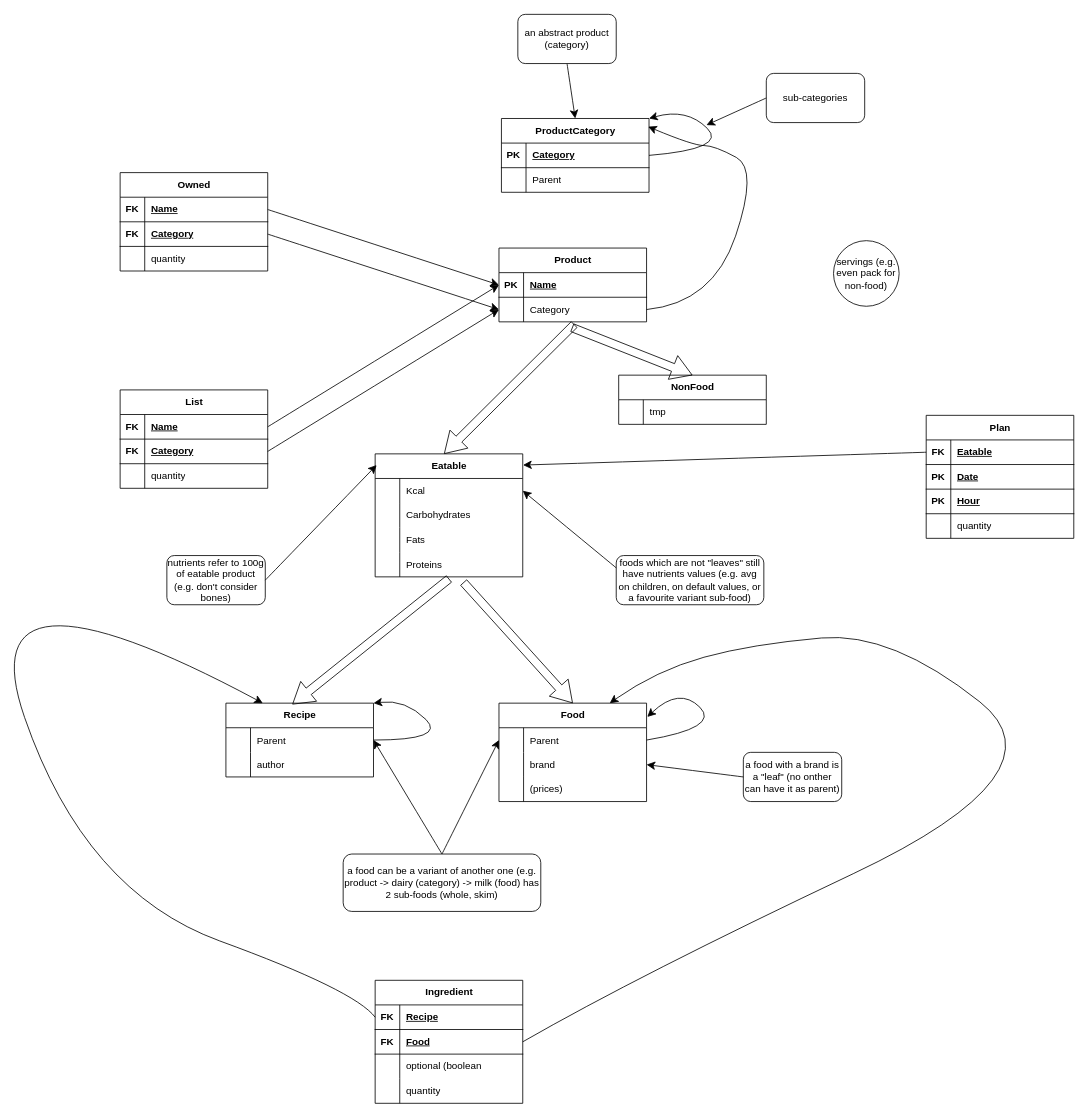
papum20/unibo__projects__mobile-apps keeps this draw.io diagram as doc/db.drawio. Above is the earlier version. Source tidied: cells renumbered, new cells numbered last; positions are measured from the earlier drawing's top-left corner, leaving out a move shared by most shapes. Both pictures are drawn from the tidied source at 82%, with x=0, y=0 at pixel (-36, 14).
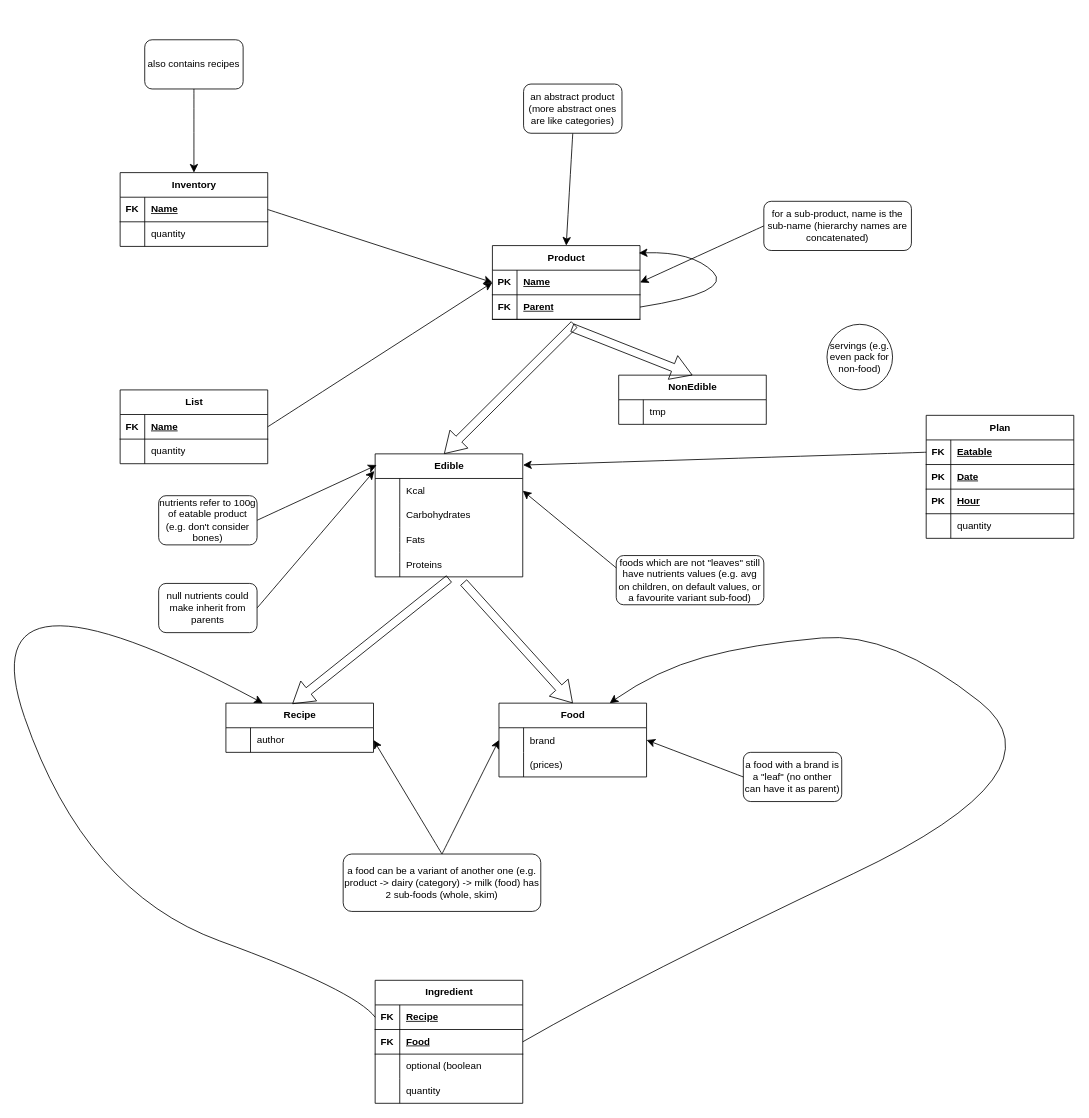
After the change.

The change refers to these unchanged cells:
```xml
<mxCell id="29" style="shape=tableRow;horizontal=0;startSize=0;swimlaneHead=0;swimlaneBody=0;fillColor=none;points=[[0,0.5],[1,0.5]];portConstraint=eastwest;top=0;left=0;right=0;bottom=1;" parent="28" vertex="1">
  <mxGeometry y="30" width="180" height="30" as="geometry" />
</mxCell>
```

Diff of the diagram source:
```diff
@@
-    <mxCell id="2" value="ProductCategory" style="shape=table;startSize=30;childLayout=tableLayout;rowLines=0;fontStyle=1;align=center;html=1;" parent="1" vertex="1">
-      <mxGeometry x="655" y="127" width="180" height="90" as="geometry" />
-    </mxCell>
-    <mxCell id="3" style="shape=tableRow;horizontal=0;startSize=0;swimlaneHead=0;swimlaneBody=0;fillColor=none;points=[[0,0.5],[1,0.5]];portConstraint=eastwest;top=0;left=0;right=0;bottom=1;" parent="2" vertex="1">
-      <mxGeometry y="30" width="180" height="30" as="geometry" />
-    </mxCell>
-    <mxCell id="4" value="PK" style="shape=partialRectangle;fillColor=none;top=0;left=0;bottom=0;right=0;fontStyle=1;overflow=hidden;whiteSpace=wrap;html=1;" parent="3" vertex="1">
-      <mxGeometry width="30" height="30" as="geometry" />
-    </mxCell>
-    <mxCell id="5" value="Category" style="shape=partialRectangle;fillColor=none;top=0;left=0;bottom=0;right=0;align=left;spacingLeft=6;fontStyle=5;overflow=hidden;whiteSpace=wrap;html=1;" parent="3" vertex="1">
-      <mxGeometry x="30" width="150" height="30" as="geometry" />
-    </mxCell>
-    <mxCell id="6" style="shape=tableRow;horizontal=0;startSize=0;swimlaneHead=0;swimlaneBody=0;fillColor=none;top=0;left=0;right=0;bottom=0;" parent="2" vertex="1">
-      <mxGeometry y="60" width="180" height="30" as="geometry" />
-    </mxCell>
-    <mxCell id="7" style="shape=partialRectangle;fillColor=none;top=0;left=0;bottom=0;right=0;overflow=hidden;whiteSpace=wrap;html=1;" parent="6" vertex="1">
-      <mxGeometry width="30" height="30" as="geometry" />
-    </mxCell>
-    <mxCell id="8" value="Parent" style="shape=partialRectangle;fillColor=none;top=0;left=0;bottom=0;right=0;align=left;spacingLeft=6;overflow=hidden;whiteSpace=wrap;html=1;" parent="6" vertex="1">
-      <mxGeometry x="30" width="150" height="30" as="geometry" />
-    </mxCell>
-    <mxCell id="9" style="curved=1;endArrow=classic;html=1;rounded=0;fontSize=12;startSize=8;endSize=8;entryX=1;entryY=0;entryDx=0;entryDy=0;exitX=1;exitY=0.5;exitDx=0;exitDy=0;" parent="2" edge="1" source="3" target="2">
-      <mxGeometry relative="1" as="geometry">
-        <Array as="points">
-          <mxPoint x="276" y="37" />
-          <mxPoint x="226" y="-13" />
-        </Array>
-      </mxGeometry>
-    </mxCell>
-    <mxCell id="10" style="edgeStyle=none;curved=1;rounded=0;jettySize=auto;html=1;entryX=0.5;entryY=0;entryDx=0;entryDy=0;fontSize=12;startSize=8;endSize=8;exitX=0.5;exitY=1;exitDx=0;exitDy=0;" parent="1" edge="1" source="72" target="2">
+    <mxCell id="10" style="edgeStyle=none;curved=1;rounded=0;jettySize=auto;html=1;fontSize=12;startSize=8;endSize=8;exitX=0.5;exitY=1;exitDx=0;exitDy=0;entryX=0.5;entryY=0;entryDx=0;entryDy=0;" parent="1" edge="1" source="72" target="28">
       <mxGeometry relative="1" as="geometry" />
     </mxCell>
-    <mxCell id="11" value="Eatable" style="shape=table;startSize=30;childLayout=tableLayout;rowLines=0;fontStyle=1;align=center;html=1;" parent="1" vertex="1">
+    <mxCell id="11" value="Edible" style="shape=table;startSize=30;childLayout=tableLayout;rowLines=0;fontStyle=1;align=center;html=1;" parent="1" vertex="1">
       <mxGeometry x="501" y="536" width="180" height="150" as="geometry" />
     </mxCell>
@@
-    <mxCell id="24" value="NonFood" style="shape=table;startSize=30;childLayout=tableLayout;rowLines=0;fontStyle=1;align=center;html=1;" parent="1" vertex="1">
+    <mxCell id="24" value="NonEdible" style="shape=table;startSize=30;childLayout=tableLayout;rowLines=0;fontStyle=1;align=center;html=1;" parent="1" vertex="1">
       <mxGeometry x="798" y="440" width="180" height="60" as="geometry" />
     </mxCell>
@@
     <mxCell id="28" value="Product" style="shape=table;startSize=30;childLayout=tableLayout;rowLines=0;fontStyle=1;align=center;html=1;" parent="1" vertex="1">
-      <mxGeometry x="652" y="285" width="180" height="90" as="geometry" />
+      <mxGeometry x="644" y="282" width="180" height="90" as="geometry" />
     </mxCell>
@@
-    <mxCell id="32" style="shape=tableRow;horizontal=0;startSize=0;swimlaneHead=0;swimlaneBody=0;fillColor=none;top=0;left=0;right=0;bottom=0;" parent="28" vertex="1">
-      <mxGeometry y="60" width="180" height="30" as="geometry" />
-    </mxCell>
-    <mxCell id="33" style="shape=partialRectangle;fillColor=none;top=0;left=0;bottom=0;right=0;overflow=hidden;" parent="32" vertex="1">
-      <mxGeometry width="30" height="30" as="geometry" />
-    </mxCell>
-    <mxCell id="34" value="Category" style="shape=partialRectangle;fillColor=none;top=0;left=0;bottom=0;right=0;align=left;spacingLeft=6;overflow=hidden;" parent="32" vertex="1">
-      <mxGeometry x="30" width="150" height="30" as="geometry" />
-    </mxCell>
-    <mxCell id="35" style="curved=1;endArrow=classic;html=1;rounded=0;fontSize=12;startSize=8;endSize=8;exitX=1;exitY=0.5;exitDx=0;exitDy=0;entryX=0.994;entryY=0.111;entryDx=0;entryDy=0;entryPerimeter=0;" parent="1" edge="1" target="2">
-      <mxGeometry relative="1" as="geometry">
-        <mxPoint x="832" y="360" as="sourcePoint" />
-        <Array as="points">
-          <mxPoint x="913" y="352" />
-          <mxPoint x="968" y="189" />
-          <mxPoint x="915" y="160" />
-          <mxPoint x="889" y="160" />
-        </Array>
-      </mxGeometry>
-    </mxCell>
+    <mxCell id="125" style="shape=tableRow;horizontal=0;startSize=0;swimlaneHead=0;swimlaneBody=0;fillColor=none;points=[[0,0.5],[1,0.5]];portConstraint=eastwest;top=0;left=0;right=0;bottom=1;" parent="28" vertex="1">
+      <mxGeometry y="60" width="180" height="30" as="geometry" />
+    </mxCell>
+    <mxCell id="126" value="FK" style="shape=partialRectangle;fillColor=none;top=0;left=0;bottom=0;right=0;fontStyle=1;overflow=hidden;whiteSpace=wrap;html=1;" parent="125" vertex="1">
+      <mxGeometry width="30" height="30" as="geometry" />
+    </mxCell>
+    <mxCell id="127" value="Parent" style="shape=partialRectangle;fillColor=none;top=0;left=0;bottom=0;right=0;align=left;spacingLeft=6;fontStyle=5;overflow=hidden;whiteSpace=wrap;html=1;" parent="125" vertex="1">
+      <mxGeometry x="30" width="150" height="30" as="geometry" />
+    </mxCell>
+    <mxCell id="128" style="curved=1;endArrow=classic;html=1;rounded=0;fontSize=12;startSize=8;endSize=8;exitX=1;exitY=0.5;exitDx=0;exitDy=0;entryX=0.992;entryY=0.1;entryDx=0;entryDy=0;entryPerimeter=0;" parent="28" edge="1" source="125" target="28">
+      <mxGeometry relative="1" as="geometry">
+        <Array as="points">
+          <mxPoint x="294" y="57" />
+          <mxPoint x="244" y="7" />
+        </Array>
+      </mxGeometry>
+    </mxCell>
@@
-    <mxCell id="38" value="Owned" style="shape=table;startSize=30;childLayout=tableLayout;rowLines=0;fontStyle=1;align=center;html=1;" parent="1" vertex="1">
-      <mxGeometry x="190" y="193" width="180" height="120" as="geometry" />
+    <mxCell id="38" value="Inventory" style="shape=table;startSize=30;childLayout=tableLayout;rowLines=0;fontStyle=1;align=center;html=1;" parent="1" vertex="1">
+      <mxGeometry x="190" y="193" width="180" height="90" as="geometry" />
     </mxCell>
@@
-    <mxCell id="42" style="shape=tableRow;horizontal=0;startSize=0;swimlaneHead=0;swimlaneBody=0;fillColor=none;points=[[0,0.5],[1,0.5]];portConstraint=eastwest;top=0;left=0;right=0;bottom=1;" parent="38" vertex="1">
-      <mxGeometry y="60" width="180" height="30" as="geometry" />
-    </mxCell>
-    <mxCell id="43" value="FK" style="shape=partialRectangle;fillColor=none;top=0;left=0;bottom=0;right=0;fontStyle=1;overflow=hidden;whiteSpace=wrap;html=1;" parent="42" vertex="1">
-      <mxGeometry width="30" height="30" as="geometry" />
-    </mxCell>
-    <mxCell id="44" value="Category" style="shape=partialRectangle;fillColor=none;top=0;left=0;bottom=0;right=0;align=left;spacingLeft=6;fontStyle=5;overflow=hidden;whiteSpace=wrap;html=1;" parent="42" vertex="1">
-      <mxGeometry x="30" width="150" height="30" as="geometry" />
-    </mxCell>
     <mxCell id="45" style="shape=tableRow;horizontal=0;startSize=0;swimlaneHead=0;swimlaneBody=0;fillColor=none;top=0;left=0;right=0;bottom=0;" parent="38" vertex="1">
-      <mxGeometry y="90" width="180" height="30" as="geometry" />
+      <mxGeometry y="60" width="180" height="30" as="geometry" />
     </mxCell>
@@
     <mxCell id="48" value="List" style="shape=table;startSize=30;childLayout=tableLayout;rowLines=0;fontStyle=1;align=center;html=1;" parent="1" vertex="1">
-      <mxGeometry x="190" y="458" width="180" height="120" as="geometry" />
+      <mxGeometry x="190" y="458" width="180" height="90" as="geometry" />
     </mxCell>
@@
-    <mxCell id="52" style="shape=tableRow;horizontal=0;startSize=0;swimlaneHead=0;swimlaneBody=0;fillColor=none;points=[[0,0.5],[1,0.5]];portConstraint=eastwest;top=0;left=0;right=0;bottom=1;" parent="48" vertex="1">
-      <mxGeometry y="60" width="180" height="30" as="geometry" />
-    </mxCell>
-    <mxCell id="53" value="FK" style="shape=partialRectangle;fillColor=none;top=0;left=0;bottom=0;right=0;fontStyle=1;overflow=hidden;whiteSpace=wrap;html=1;" parent="52" vertex="1">
-      <mxGeometry width="30" height="30" as="geometry" />
-    </mxCell>
-    <mxCell id="54" value="Category" style="shape=partialRectangle;fillColor=none;top=0;left=0;bottom=0;right=0;align=left;spacingLeft=6;fontStyle=5;overflow=hidden;whiteSpace=wrap;html=1;" parent="52" vertex="1">
-      <mxGeometry x="30" width="150" height="30" as="geometry" />
-    </mxCell>
     <mxCell id="55" style="shape=tableRow;horizontal=0;startSize=0;swimlaneHead=0;swimlaneBody=0;fillColor=none;top=0;left=0;right=0;bottom=0;" parent="48" vertex="1">
-      <mxGeometry y="90" width="180" height="30" as="geometry" />
+      <mxGeometry y="60" width="180" height="30" as="geometry" />
     </mxCell>
@@
-    <mxCell id="58" style="endArrow=classic;html=1;rounded=0;fontSize=12;startSize=8;endSize=8;curved=1;exitX=1;exitY=0.5;exitDx=0;exitDy=0;entryX=0;entryY=0.5;entryDx=0;entryDy=0;" parent="1" edge="1" source="42">
-      <mxGeometry relative="1" as="geometry">
-        <mxPoint x="652" y="360" as="targetPoint" />
-      </mxGeometry>
-    </mxCell>
@@
-    <mxCell id="61" style="endArrow=classic;html=1;rounded=0;fontSize=12;startSize=8;endSize=8;curved=1;exitX=1;exitY=0.5;exitDx=0;exitDy=0;entryX=0;entryY=0.5;entryDx=0;entryDy=0;" parent="1" edge="1" source="52">
-      <mxGeometry relative="1" as="geometry">
-        <mxPoint x="652" y="360" as="targetPoint" />
-      </mxGeometry>
-    </mxCell>
     <mxCell id="62" value="Recipe" style="shape=table;startSize=30;childLayout=tableLayout;rowLines=0;fontStyle=1;align=center;html=1;" parent="1" vertex="1">
-      <mxGeometry x="319" y="840" width="180" height="90" as="geometry" />
+      <mxGeometry x="319" y="840" width="180" height="60" as="geometry" />
     </mxCell>
-    <mxCell id="63" style="shape=tableRow;horizontal=0;startSize=0;swimlaneHead=0;swimlaneBody=0;fillColor=none;top=0;left=0;right=0;bottom=0;" parent="62" vertex="1">
-      <mxGeometry y="30" width="180" height="30" as="geometry" />
-    </mxCell>
-    <mxCell id="64" style="shape=partialRectangle;fillColor=none;top=0;left=0;bottom=0;right=0;overflow=hidden;" parent="63" vertex="1">
-      <mxGeometry width="30" height="30" as="geometry" />
-    </mxCell>
-    <mxCell id="65" value="Parent" style="shape=partialRectangle;fillColor=none;top=0;left=0;bottom=0;right=0;align=left;spacingLeft=6;overflow=hidden;" parent="63" vertex="1">
-      <mxGeometry x="30" width="150" height="30" as="geometry" />
-    </mxCell>
     <mxCell id="66" style="shape=tableRow;horizontal=0;startSize=0;swimlaneHead=0;swimlaneBody=0;fillColor=none;top=0;left=0;right=0;bottom=0;" parent="62" vertex="1">
-      <mxGeometry y="60" width="180" height="30" as="geometry" />
+      <mxGeometry y="30" width="180" height="30" as="geometry" />
     </mxCell>
@@
-    <mxCell id="69" style="curved=1;endArrow=classic;html=1;rounded=0;fontSize=12;startSize=8;endSize=8;exitX=1;exitY=0.5;exitDx=0;exitDy=0;entryX=1;entryY=0;entryDx=0;entryDy=0;" parent="62" edge="1" target="62">
-      <mxGeometry relative="1" as="geometry">
-        <mxPoint x="180" y="45" as="sourcePoint" />
-        <Array as="points">
-          <mxPoint x="269" y="45" />
-          <mxPoint x="219" y="-5" />
-        </Array>
-      </mxGeometry>
-    </mxCell>
@@
-    <mxCell id="72" value="an abstract product (category)" style="rounded=1;whiteSpace=wrap;html=1;" parent="1" vertex="1">
-      <mxGeometry x="675" width="120" height="60" as="geometry" />
+    <mxCell id="72" value="an abstract product (more abstract ones are like categories)" style="rounded=1;whiteSpace=wrap;html=1;" parent="1" vertex="1">
+      <mxGeometry x="682" y="85" width="120" height="60" as="geometry" />
     </mxCell>
     <mxCell id="73" value="Food" style="shape=table;startSize=30;childLayout=tableLayout;rowLines=0;fontStyle=1;align=center;html=1;" parent="1" vertex="1">
-      <mxGeometry x="652" y="840" width="180" height="120" as="geometry" />
+      <mxGeometry x="652" y="840" width="180" height="90" as="geometry" />
     </mxCell>
-    <mxCell id="74" style="shape=tableRow;horizontal=0;startSize=0;swimlaneHead=0;swimlaneBody=0;fillColor=none;top=0;left=0;right=0;bottom=0;" parent="73" vertex="1">
-      <mxGeometry y="30" width="180" height="30" as="geometry" />
-    </mxCell>
-    <mxCell id="75" style="shape=partialRectangle;fillColor=none;top=0;left=0;bottom=0;right=0;overflow=hidden;" parent="74" vertex="1">
-      <mxGeometry width="30" height="30" as="geometry" />
-    </mxCell>
-    <mxCell id="76" value="Parent" style="shape=partialRectangle;fillColor=none;top=0;left=0;bottom=0;right=0;align=left;spacingLeft=6;overflow=hidden;" parent="74" vertex="1">
-      <mxGeometry x="30" width="150" height="30" as="geometry" />
-    </mxCell>
     <mxCell id="77" style="shape=tableRow;horizontal=0;startSize=0;swimlaneHead=0;swimlaneBody=0;fillColor=none;points=[[0,0.5],[1,0.5]];portConstraint=eastwest;top=0;left=0;right=0;bottom=0;" parent="73" vertex="1">
-      <mxGeometry y="60" width="180" height="30" as="geometry" />
+      <mxGeometry y="30" width="180" height="30" as="geometry" />
     </mxCell>
@@
     <mxCell id="80" style="shape=tableRow;horizontal=0;startSize=0;swimlaneHead=0;swimlaneBody=0;fillColor=none;top=0;left=0;right=0;bottom=0;" parent="73" vertex="1">
-      <mxGeometry y="90" width="180" height="30" as="geometry" />
+      <mxGeometry y="60" width="180" height="30" as="geometry" />
     </mxCell>
@@
-    <mxCell id="83" style="curved=1;endArrow=classic;html=1;rounded=0;fontSize=12;startSize=8;endSize=8;exitX=1;exitY=0.5;exitDx=0;exitDy=0;entryX=1.005;entryY=0.14;entryDx=0;entryDy=0;entryPerimeter=0;" parent="73" edge="1" target="73">
-      <mxGeometry relative="1" as="geometry">
-        <mxPoint x="180" y="45" as="sourcePoint" />
-        <Array as="points">
-          <mxPoint x="270" y="30" />
-          <mxPoint x="220" y="-20" />
-        </Array>
-      </mxGeometry>
-    </mxCell>
@@
     <mxCell id="106" value="nutrients refer to 100g of eatable product (e.g. don't consider bones)" style="rounded=1;whiteSpace=wrap;html=1;" parent="1" vertex="1">
-      <mxGeometry x="247" y="660" width="120" height="60" as="geometry" />
+      <mxGeometry x="237" y="587" width="120" height="60" as="geometry" />
     </mxCell>
@@
     <mxCell id="108" value="servings (e.g. even pack for non-food)" style="ellipse;whiteSpace=wrap;html=1;" parent="1" vertex="1">
-      <mxGeometry x="1060" y="276" width="80" height="80" as="geometry" />
+      <mxGeometry x="1052" y="378" width="80" height="80" as="geometry" />
     </mxCell>
@@
-    <mxCell id="123" value="sub-categories" style="rounded=1;whiteSpace=wrap;html=1;" parent="1" vertex="1">
-      <mxGeometry x="978" y="72" width="120" height="60" as="geometry" />
-    </mxCell>
-    <mxCell id="124" style="endArrow=classic;html=1;rounded=0;fontSize=12;startSize=8;endSize=8;curved=1;exitX=0;exitY=0.5;exitDx=0;exitDy=0;" parent="1" edge="1" source="123">
-      <mxGeometry relative="1" as="geometry">
-        <mxPoint x="905" y="135" as="targetPoint" />
-      </mxGeometry>
-    </mxCell>
+    <mxCell id="129" value="for a sub-product, name is the sub-name (hierarchy names are concatenated)" style="rounded=1;whiteSpace=wrap;html=1;" parent="1" vertex="1">
+      <mxGeometry x="975" y="228" width="180" height="60" as="geometry" />
+    </mxCell>
+    <mxCell id="130" style="endArrow=classic;html=1;rounded=0;fontSize=12;startSize=8;endSize=8;curved=1;exitX=0;exitY=0.5;exitDx=0;exitDy=0;entryX=1;entryY=0.5;entryDx=0;entryDy=0;" parent="1" edge="1" source="129" target="29">
+      <mxGeometry relative="1" as="geometry" />
+    </mxCell>
+    <mxCell id="131" value="also contains recipes" style="rounded=1;whiteSpace=wrap;html=1;" parent="1" vertex="1">
+      <mxGeometry x="220" y="31" width="120" height="60" as="geometry" />
+    </mxCell>
+    <mxCell id="132" style="endArrow=classic;html=1;rounded=0;fontSize=12;startSize=8;endSize=8;curved=1;entryX=0.5;entryY=0;entryDx=0;entryDy=0;" parent="1" edge="1" source="131" target="38">
+      <mxGeometry relative="1" as="geometry" />
+    </mxCell>
+    <mxCell id="133" value="null nutrients could make inherit from parents" style="rounded=1;whiteSpace=wrap;html=1;" parent="1" vertex="1">
+      <mxGeometry x="237" y="694" width="120" height="60" as="geometry" />
+    </mxCell>
+    <mxCell id="134" style="endArrow=classic;html=1;rounded=0;fontSize=12;startSize=8;endSize=8;curved=1;exitX=1;exitY=0.5;exitDx=0;exitDy=0;entryX=-0.006;entryY=0.139;entryDx=0;entryDy=0;entryPerimeter=0;" parent="1" edge="1" source="133" target="11">
+      <mxGeometry relative="1" as="geometry" />
+    </mxCell>
```
